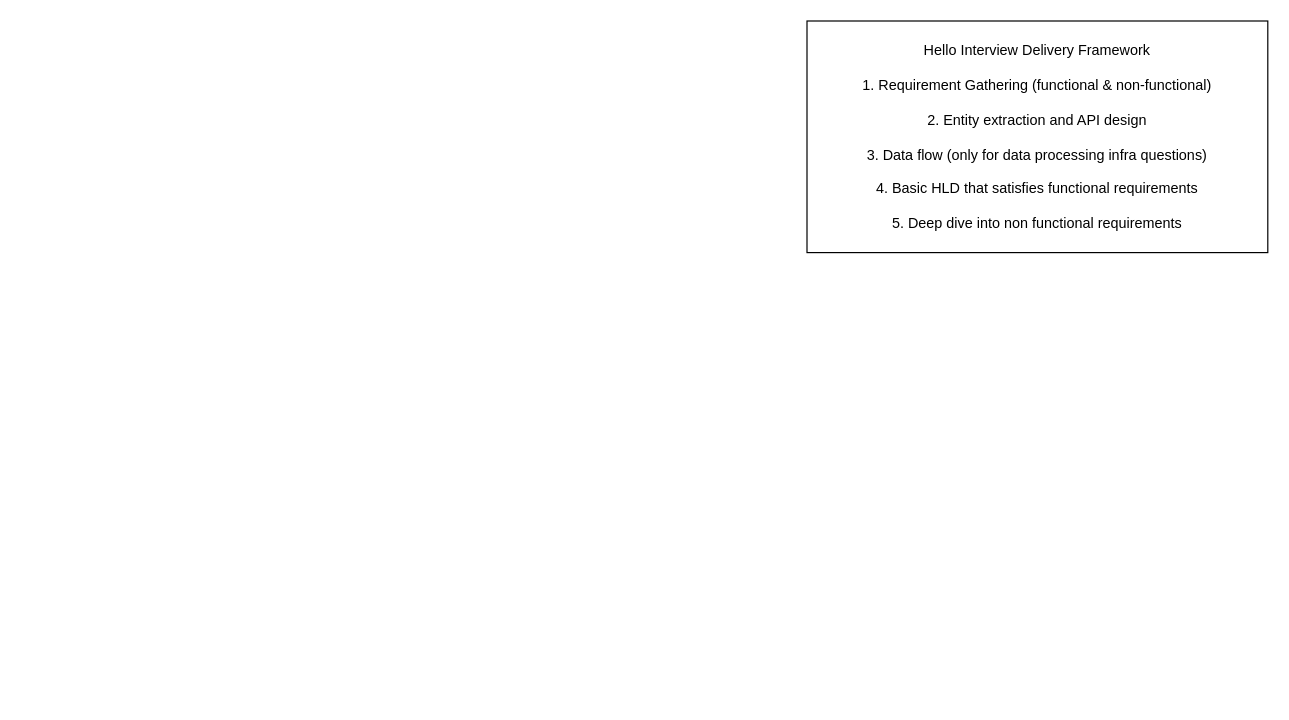
Before: Instagram HLD.drawio in girikgarg8/Hello-Interview-HLD-Whiteboard-Practice, a draw.io diagram. Source tidied: cells renumbered, new cells numbered last; positions are measured from the earlier drawing's top-left corner, leaving out a move shared by most shapes. Both pictures are drawn from the tidied source at 120%, with x=0, y=0 at pixel (806, 20).
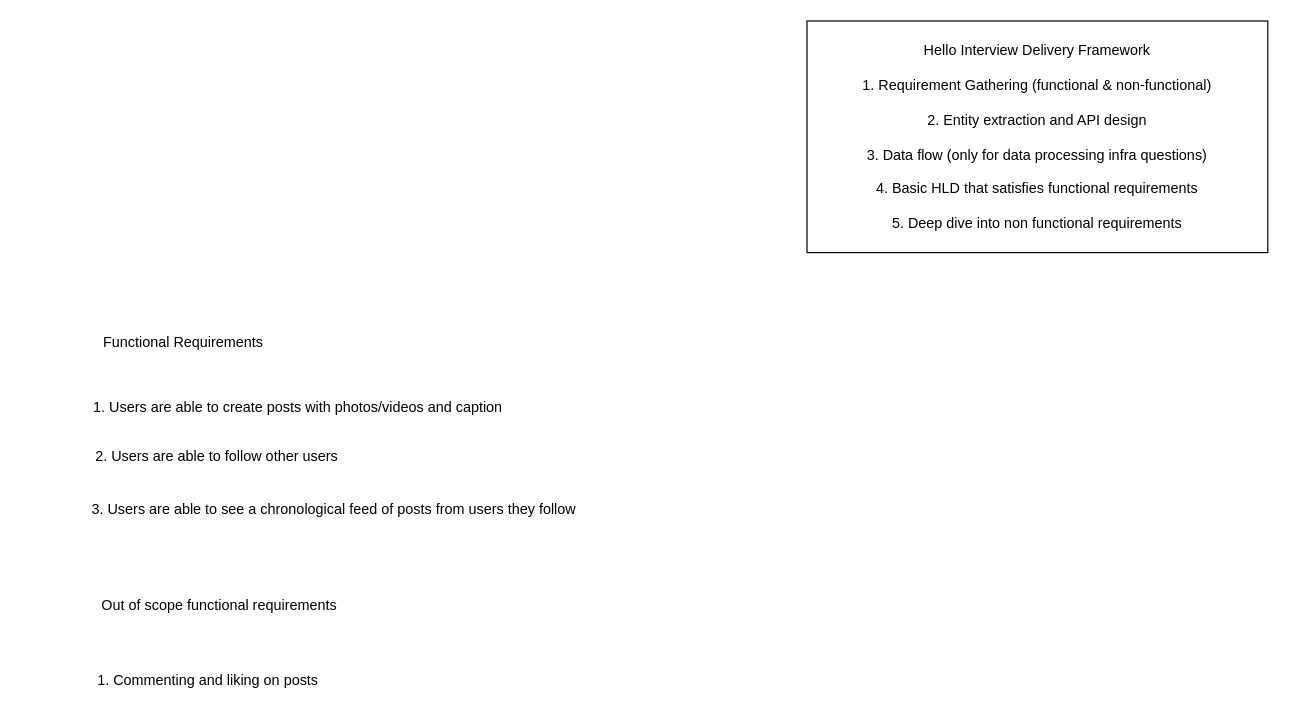
After the change.

Change to the diagram source:
```diff
@@
 <mxGraphModel>
   <root>
     <mxCell id="0" />
     <mxCell id="1" parent="0" />
     <mxCell id="2" value="Hello Interview Delivery Framework&lt;div&gt;&lt;br&gt;&lt;/div&gt;&lt;div&gt;1. Requirement Gathering (functional &amp;amp; non-functional)&lt;/div&gt;&lt;div&gt;&lt;br&gt;&lt;/div&gt;&lt;div&gt;2. Entity extraction and API design&lt;/div&gt;&lt;div&gt;&lt;br&gt;&lt;/div&gt;&lt;div&gt;3. Data flow (only for data processing infra questions)&lt;/div&gt;&lt;div&gt;&lt;br&gt;&lt;/div&gt;&lt;div&gt;4. Basic HLD that satisfies functional requirements&lt;/div&gt;&lt;div&gt;&lt;br&gt;&lt;/div&gt;&lt;div&gt;5. Deep dive into non functional requirements&lt;/div&gt;" style="rounded=0;whiteSpace=wrap;html=1;" parent="1" vertex="1">
       <mxGeometry width="384" height="193" as="geometry" />
     </mxCell>
+    <mxCell id="3" value="Functional Requirements" style="text;html=1;whiteSpace=wrap;strokeColor=none;fillColor=none;align=center;verticalAlign=middle;rounded=0;" parent="1" vertex="1">
+      <mxGeometry x="-596" y="253" width="153" height="30" as="geometry" />
+    </mxCell>
+    <mxCell id="4" value="1. Users are able to create posts with photos/videos and caption" style="text;html=1;whiteSpace=wrap;strokeColor=none;fillColor=none;align=center;verticalAlign=middle;rounded=0;" parent="1" vertex="1">
+      <mxGeometry x="-634" y="307" width="420" height="30" as="geometry" />
+    </mxCell>
+    <mxCell id="5" value="2. Users are able to follow other users&amp;nbsp;" style="text;html=1;whiteSpace=wrap;strokeColor=none;fillColor=none;align=center;verticalAlign=middle;rounded=0;" parent="1" vertex="1">
+      <mxGeometry x="-655" y="348" width="330" height="30" as="geometry" />
+    </mxCell>
+    <mxCell id="6" value="3. Users are able to see a chronological feed of posts from users they follow" style="text;html=1;whiteSpace=wrap;strokeColor=none;fillColor=none;align=center;verticalAlign=middle;rounded=0;" parent="1" vertex="1">
+      <mxGeometry x="-612" y="392" width="436" height="30" as="geometry" />
+    </mxCell>
+    <mxCell id="7" value="Out of scope functional requirements" style="text;html=1;whiteSpace=wrap;strokeColor=none;fillColor=none;align=center;verticalAlign=middle;rounded=0;" parent="1" vertex="1">
+      <mxGeometry x="-605.5" y="472" width="231" height="30" as="geometry" />
+    </mxCell>
+    <mxCell id="8" value="1. Commenting and liking on posts" style="text;html=1;whiteSpace=wrap;strokeColor=none;fillColor=none;align=center;verticalAlign=middle;rounded=0;" parent="1" vertex="1">
+      <mxGeometry x="-605.5" y="535" width="211.5" height="30" as="geometry" />
+    </mxCell>
   </root>
 </mxGraphModel>
```
